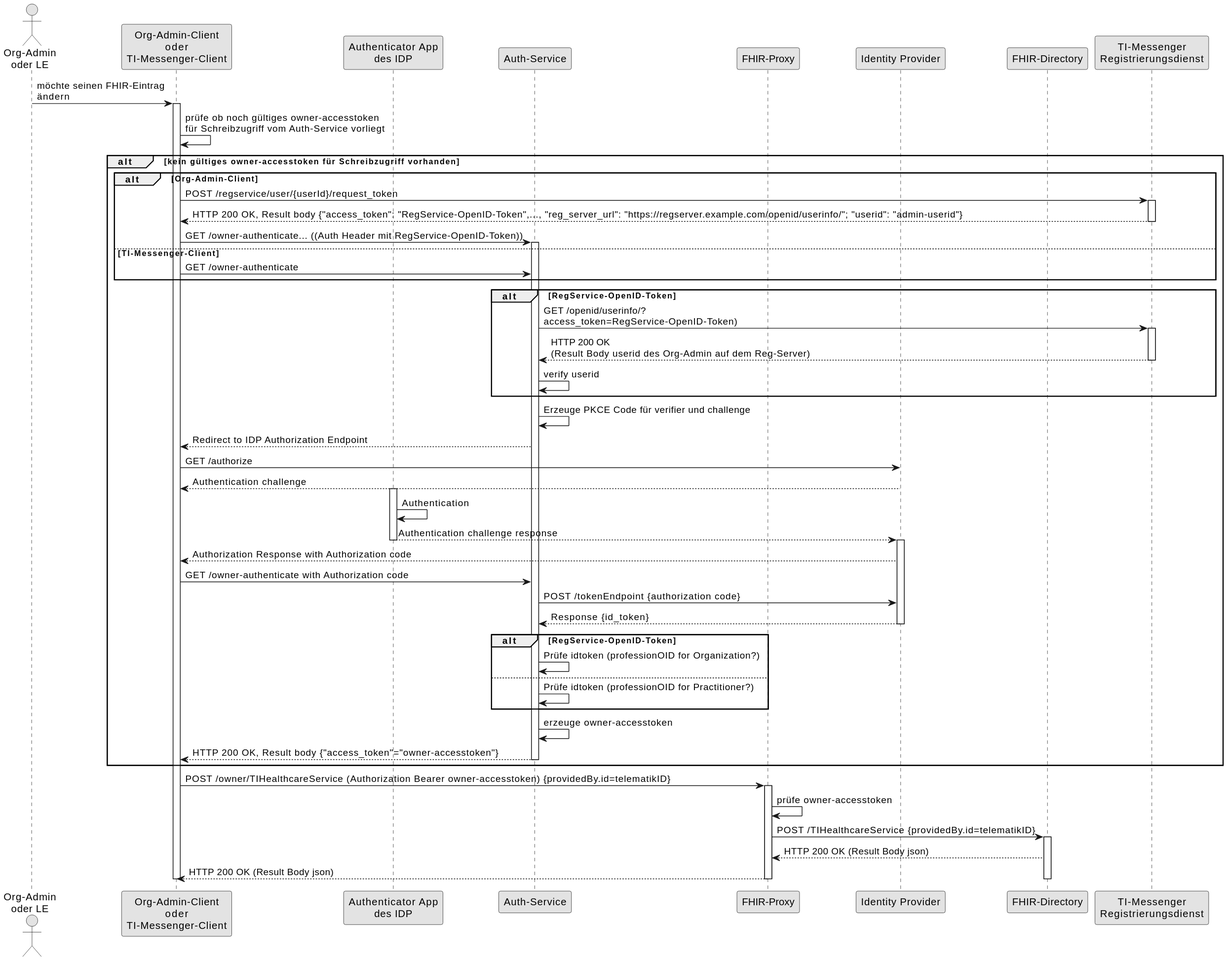
The PlantUML diagram images/diagrams/SequenceDiagram.FHIR-Directory.owner.svg in gematik/api-vzd, before a commit.
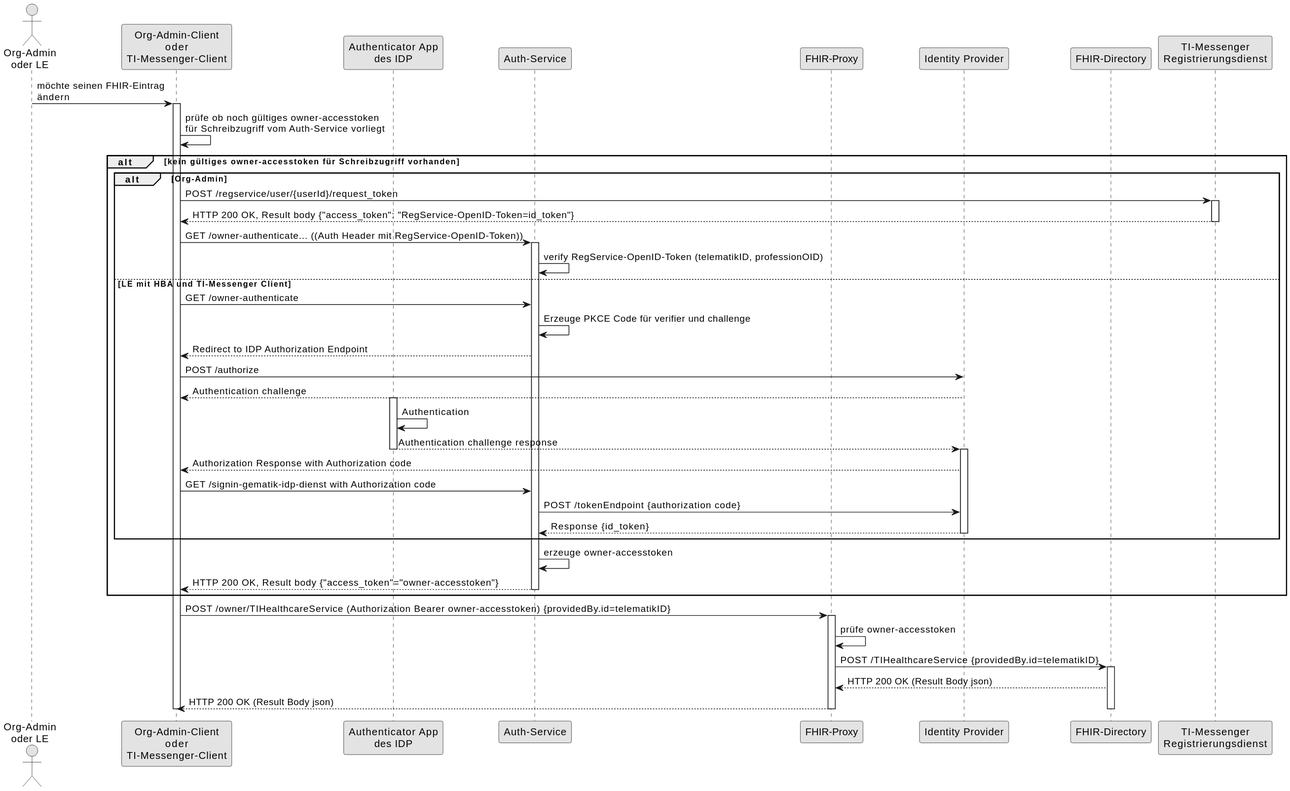
Above is the later version.

Commit message:
Commit from GitHub Actions (GeneratePlantumlImages)

Diff of the diagram source:
```diff
@@ -15,26 +15,19 @@
 activate cl
 cl -> cl: prüfe ob noch gültiges owner-accesstoken\nfür Schreibzugriff vom Auth-Service vorliegt
 alt kein gültiges owner-accesstoken für Schreibzugriff vorhanden
-alt Org-Admin-Client
+alt Org-Admin
 cl -> rd: POST /regservice/user/{userId}/request_token
 activate rd
-rd --> cl: HTTP 200 OK, Result body {"access_token": "RegService-OpenID-Token",..., "reg_server_url": "https://regserver.example.com/openid/userinfo/"; "userid": "admin-userid"}
+rd --> cl: HTTP 200 OK, Result body {"access_token": "RegService-OpenID-Token=id_token"}
 deactivate rd
 cl -> au: GET /owner-authenticate... ((Auth Header mit RegService-OpenID-Token))
 activate au
-else TI-Messenger-Client
+au -> au: verify RegService-OpenID-Token (telematikID, professionOID)
+else LE mit HBA und TI-Messenger Client
 cl -> au: GET /owner-authenticate
-end
-alt RegService-OpenID-Token
-au -> rd: GET /openid/userinfo/?\naccess_token=RegService-OpenID-Token)
-activate rd
-rd --> au: HTTP 200 OK\n(Result Body userid des Org-Admin auf dem Reg-Server)
-deactivate rd
-au -> au: verify userid
-end
 au -> au: Erzeuge PKCE Code für verifier und challenge
 au --> cl: Redirect to IDP Authorization Endpoint
-cl -> idp: GET /authorize
+cl -> idp: POST /authorize
 idp --> cl: Authentication challenge
 activate aa
 aa -> aa: Authentication
@@ -42,15 +35,11 @@
 deactivate aa
 activate idp
 idp --> cl: Authorization Response with Authorization code
-cl -> au: GET /owner-authenticate with Authorization code
+cl -> au: GET /signin-gematik-idp-dienst with Authorization code
 au -> idp: POST /tokenEndpoint {authorization code}
 idp --> au: Response {id_token}
 
 deactivate idp
-alt RegService-OpenID-Token
-au -> au: Prüfe idtoken (professionOID for Organization?)
-else
-au -> au: Prüfe idtoken (professionOID for Practitioner?)
 end
 au -> au: erzeuge owner-accesstoken
 au --> cl: HTTP 200 OK, Result body {"access_token"="owner-accesstoken"}
```
